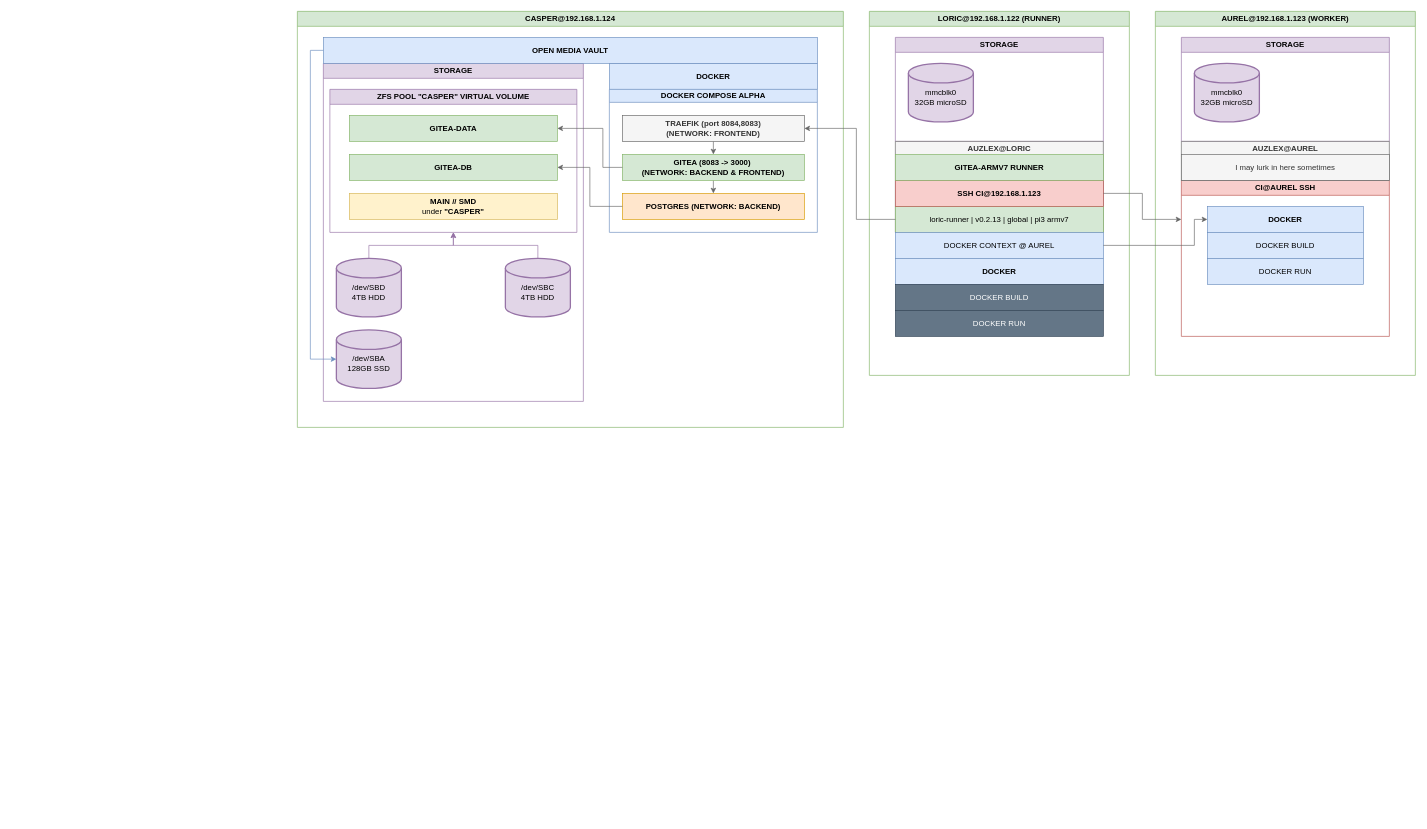
Above: my home lab setup.drawio in Auzlex/my-home-lab (draw.io), before the change. Source tidied: cells renumbered, new cells numbered last; positions are measured from the earlier drawing's top-left corner, leaving out a move shared by most shapes. Both pictures are drawn from the tidied source at 65%, with x=0, y=0 at pixel (297, 11).
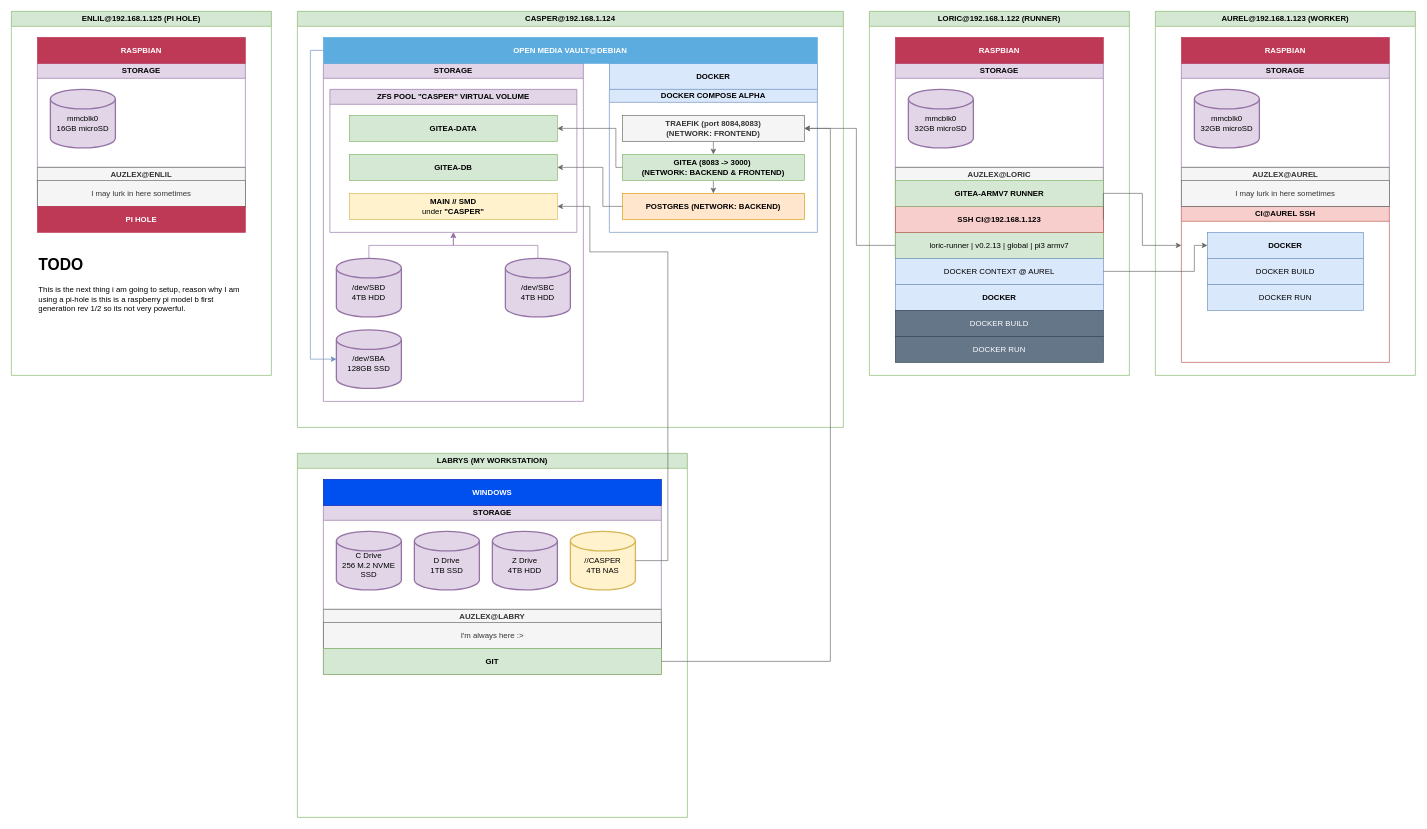
The same diagram, later.

Commit message (it also covers changes not shown here):
updated diagram to include my workstation and my new node ENLIL, updated docs to have a maintenance log and page for ENLIL

Unchanged cells that the change refers to:
```xml
<mxCell id="2" value="CASPER@192.168.1.124" style="swimlane;whiteSpace=wrap;html=1;fillColor=#d5e8d4;strokeColor=#82b366;" parent="1" vertex="1">
  <mxGeometry width="840" height="640" as="geometry" />
</mxCell>
<mxCell id="10" value="&lt;b&gt;MAIN // SMD&lt;/b&gt;&lt;br&gt;&lt;div&gt;under&amp;nbsp;&lt;b style=&quot;background-color: transparent; color: light-dark(rgb(0, 0, 0), rgb(255, 255, 255));&quot;&gt;&quot;CASPER&quot;&lt;/b&gt;&lt;/div&gt;" style="rounded=0;whiteSpace=wrap;html=1;fillColor=#fff2cc;strokeColor=#d6b656;" parent="9" vertex="1">
  <mxGeometry x="30" y="160" width="320" height="40" as="geometry" />
</mxCell>
<mxCell id="11" value="&lt;b&gt;GITEA-DATA&lt;/b&gt;" style="rounded=0;whiteSpace=wrap;html=1;fillColor=#d5e8d4;strokeColor=#82b366;" parent="9" vertex="1">
  <mxGeometry x="30" y="40" width="320" height="40" as="geometry" />
</mxCell>
<mxCell id="12" value="&lt;b&gt;GITEA-DB&lt;/b&gt;" style="rounded=0;whiteSpace=wrap;html=1;fillColor=#d5e8d4;strokeColor=#82b366;" parent="9" vertex="1">
  <mxGeometry x="30" y="100" width="320" height="40" as="geometry" />
</mxCell>
<mxCell id="16" value="&lt;b&gt;GITEA (8083 -&amp;gt; 3000)&amp;nbsp;&lt;/b&gt;&lt;div&gt;&lt;b&gt;(NETWORK: BACKEND &amp;amp; FRONTEND)&lt;/b&gt;&lt;/div&gt;" style="rounded=0;whiteSpace=wrap;html=1;fillColor=#d5e8d4;strokeColor=#82b366;" parent="14" vertex="1">
  <mxGeometry x="20" y="100" width="280" height="40" as="geometry" />
</mxCell>
<mxCell id="17" value="&lt;b&gt;POSTGRES (NETWORK: BACKEND)&lt;/b&gt;" style="rounded=0;whiteSpace=wrap;html=1;fillColor=#ffe6cc;strokeColor=#d79b00;" parent="14" vertex="1">
  <mxGeometry x="20" y="160" width="280" height="40" as="geometry" />
</mxCell>
<mxCell id="19" value="&lt;b&gt;TRAEFIK (port 8084,8083)&lt;/b&gt;&lt;div&gt;&lt;b&gt;(NETWORK: FRONTEND)&lt;/b&gt;&lt;/div&gt;" style="rounded=0;whiteSpace=wrap;html=1;fillColor=#f5f5f5;fontColor=#333333;strokeColor=#666666;" parent="14" vertex="1">
  <mxGeometry x="20" y="40" width="280" height="40" as="geometry" />
</mxCell>
<mxCell id="24" value="AUREL@&lt;span style=&quot;color: light-dark(rgb(0, 0, 0), rgb(255, 255, 255)); background-color: transparent;&quot;&gt;192.168.1.123 (WORKER)&lt;/span&gt;" style="swimlane;whiteSpace=wrap;html=1;fillColor=#d5e8d4;strokeColor=#82b366;" parent="1" vertex="1">
  <mxGeometry x="1320" width="400" height="560" as="geometry" />
</mxCell>
<mxCell id="28" value="&lt;b&gt;DOCKER&lt;/b&gt;" style="rounded=0;whiteSpace=wrap;html=1;fillColor=#dae8fc;strokeColor=#6c8ebf;" parent="27" vertex="1">
  <mxGeometry x="40" y="40" width="240" height="40" as="geometry" />
</mxCell>
<mxCell id="33" value="LORIC@&lt;span style=&quot;color: light-dark(rgb(0, 0, 0), rgb(255, 255, 255)); background-color: transparent;&quot;&gt;192.168.1.122 (RUNNER)&lt;/span&gt;" style="swimlane;whiteSpace=wrap;html=1;fillColor=#d5e8d4;strokeColor=#82b366;" parent="1" vertex="1">
  <mxGeometry x="880" width="400" height="560" as="geometry" />
</mxCell>
<mxCell id="37" value="loric-runner | v0.2.13 | global | pi3 armv7" style="rounded=0;whiteSpace=wrap;html=1;fillColor=#d5e8d4;strokeColor=#82b366;" parent="36" vertex="1">
  <mxGeometry y="100" width="320" height="40" as="geometry" />
</mxCell>
<mxCell id="38" value="&lt;b&gt;SSH CI@192.168.1.123&lt;/b&gt;" style="rounded=0;whiteSpace=wrap;html=1;fillColor=#f8cecc;strokeColor=#b85450;" parent="36" vertex="1">
  <mxGeometry y="60" width="320" height="40" as="geometry" />
</mxCell>
```

What changed in the source:
```diff
@@
     <mxCell id="20" style="edgeStyle=orthogonalEdgeStyle;rounded=0;jettySize=auto;html=1;exitX=0;exitY=0.5;exitDx=0;exitDy=0;entryX=1;entryY=0.5;entryDx=0;entryDy=0;fillColor=#f5f5f5;strokeColor=#666666;" parent="2" edge="1" source="17" target="12">
-      <mxGeometry relative="1" as="geometry" />
+      <mxGeometry relative="1" as="geometry">
+        <Array as="points">
+          <mxPoint x="470" y="300" />
+          <mxPoint x="470" y="240" />
+        </Array>
+      </mxGeometry>
     </mxCell>
     <mxCell id="21" style="edgeStyle=orthogonalEdgeStyle;rounded=0;jettySize=auto;html=1;exitX=0;exitY=0.5;exitDx=0;exitDy=0;entryX=1;entryY=0.5;entryDx=0;entryDy=0;fillColor=#f5f5f5;strokeColor=#666666;" parent="2" edge="1" source="16" target="11">
       <mxGeometry relative="1" as="geometry">
         <Array as="points">
-          <mxPoint x="470" y="240" />
-          <mxPoint x="470" y="180" />
+          <mxPoint x="490" y="240" />
+          <mxPoint x="490" y="180" />
         </Array>
       </mxGeometry>
     </mxCell>
-    <mxCell id="22" value="&lt;b&gt;OPEN MEDIA VAULT&lt;/b&gt;" style="rounded=0;whiteSpace=wrap;html=1;fillColor=#dae8fc;strokeColor=#6c8ebf;" parent="2" vertex="1">
+    <mxCell id="22" value="&lt;b&gt;OPEN MEDIA VAULT@DEBIAN&lt;/b&gt;" style="rounded=0;whiteSpace=wrap;html=1;fillColor=light-dark(#5dacdf, #4359a1);strokeColor=light-dark(#5dacdf, #375e91);fontColor=#FFFFFF;" parent="2" vertex="1">
       <mxGeometry x="40" y="40" width="760" height="40" as="geometry" />
     </mxCell>
@@
     <mxCell id="25" value="STORAGE" style="swimlane;whiteSpace=wrap;html=1;fillColor=#e1d5e7;strokeColor=#9673a6;" parent="24" vertex="1">
-      <mxGeometry x="40" y="40" width="320" height="160" as="geometry" />
+      <mxGeometry x="40" y="80" width="320" height="160" as="geometry" />
     </mxCell>
@@
     <mxCell id="27" value="CI@AUREL SSH" style="swimlane;whiteSpace=wrap;html=1;fillColor=#f8cecc;strokeColor=#b85450;" parent="24" vertex="1">
-      <mxGeometry x="40" y="260" width="320" height="240" as="geometry" />
+      <mxGeometry x="40" y="300" width="320" height="240" as="geometry" />
     </mxCell>
@@
     <mxCell id="31" value="AUZLEX@AUREL" style="swimlane;whiteSpace=wrap;html=1;fillColor=#f5f5f5;strokeColor=#666666;fontColor=#333333;" parent="24" vertex="1">
-      <mxGeometry x="40" y="200" width="320" height="60" as="geometry" />
+      <mxGeometry x="40" y="240" width="320" height="60" as="geometry" />
     </mxCell>
@@
+    <mxCell id="47" value="&lt;b&gt;RASPBIAN&lt;/b&gt;" style="rounded=0;whiteSpace=wrap;html=1;fillColor=light-dark(#be3956, #954641);strokeColor=light-dark(#be3956, #b3746d);fontColor=light-dark(#FFFFFF,#DBABAB);" parent="24" vertex="1">
+      <mxGeometry x="40" y="40" width="320" height="40" as="geometry" />
+    </mxCell>
@@
     <mxCell id="34" value="STORAGE" style="swimlane;whiteSpace=wrap;html=1;fillColor=#e1d5e7;strokeColor=#9673a6;" parent="33" vertex="1">
-      <mxGeometry x="40" y="40" width="320" height="160" as="geometry" />
+      <mxGeometry x="40" y="80" width="320" height="160" as="geometry" />
     </mxCell>
@@
     <mxCell id="36" value="AUZLEX@LORIC" style="swimlane;whiteSpace=wrap;html=1;fillColor=#f5f5f5;strokeColor=#666666;fontColor=#333333;" parent="33" vertex="1">
-      <mxGeometry x="40" y="200" width="320" height="140" as="geometry" />
+      <mxGeometry x="40" y="240" width="320" height="140" as="geometry" />
     </mxCell>
@@
     <mxCell id="40" value="&lt;span style=&quot;font-weight: normal;&quot;&gt;DOCKER CONTEXT @ AUREL&lt;/span&gt;" style="rounded=0;whiteSpace=wrap;html=1;fillColor=#dae8fc;strokeColor=#6c8ebf;fontStyle=1;" parent="33" vertex="1">
-      <mxGeometry x="40" y="340" width="320" height="40" as="geometry" />
+      <mxGeometry x="40" y="380" width="320" height="40" as="geometry" />
     </mxCell>
     <mxCell id="41" value="&lt;b&gt;DOCKER&lt;/b&gt;" style="rounded=0;whiteSpace=wrap;html=1;fillColor=#dae8fc;strokeColor=#6c8ebf;" parent="33" vertex="1">
-      <mxGeometry x="40" y="380" width="320" height="40" as="geometry" />
+      <mxGeometry x="40" y="420" width="320" height="40" as="geometry" />
     </mxCell>
     <mxCell id="42" value="DOCKER BUILD" style="rounded=0;whiteSpace=wrap;html=1;fillColor=#647687;strokeColor=#314354;fontColor=#ffffff;" parent="33" vertex="1">
-      <mxGeometry x="40" y="420" width="320" height="40" as="geometry" />
+      <mxGeometry x="40" y="460" width="320" height="40" as="geometry" />
     </mxCell>
     <mxCell id="43" value="DOCKER RUN" style="rounded=0;whiteSpace=wrap;html=1;fillColor=#647687;strokeColor=#314354;fontColor=#ffffff;" parent="33" vertex="1">
-      <mxGeometry x="40" y="460" width="320" height="40" as="geometry" />
+      <mxGeometry x="40" y="500" width="320" height="40" as="geometry" />
     </mxCell>
+    <mxCell id="48" value="&lt;b&gt;RASPBIAN&lt;/b&gt;" style="rounded=0;whiteSpace=wrap;html=1;fillColor=light-dark(#be3956, #954641);strokeColor=light-dark(#be3956, #b3746d);fontColor=light-dark(#FFFFFF,#DBABAB);" parent="33" vertex="1">
+      <mxGeometry x="40" y="40" width="320" height="40" as="geometry" />
+    </mxCell>
     <mxCell id="44" style="edgeStyle=orthogonalEdgeStyle;rounded=0;jettySize=auto;html=1;exitX=0;exitY=0.5;exitDx=0;exitDy=0;entryX=1;entryY=0.5;entryDx=0;entryDy=0;fillColor=#f5f5f5;strokeColor=#666666;" parent="1" edge="1" source="37" target="19">
       <mxGeometry relative="1" as="geometry">
         <Array as="points">
-          <mxPoint x="860" y="320" />
+          <mxPoint x="860" y="360" />
           <mxPoint x="860" y="180" />
         </Array>
       </mxGeometry>
     </mxCell>
     <mxCell id="45" style="edgeStyle=orthogonalEdgeStyle;rounded=0;jettySize=auto;html=1;entryX=0;entryY=0.25;entryDx=0;entryDy=0;exitX=1;exitY=0.5;exitDx=0;exitDy=0;fillColor=#f5f5f5;strokeColor=#666666;" parent="1" edge="1" source="38" target="27">
       <mxGeometry relative="1" as="geometry">
         <Array as="points">
+          <mxPoint x="1240" y="280" />
           <mxPoint x="1300" y="280" />
-          <mxPoint x="1300" y="320" />
+          <mxPoint x="1300" y="360" />
         </Array>
       </mxGeometry>
     </mxCell>
     <mxCell id="46" style="edgeStyle=orthogonalEdgeStyle;rounded=0;jettySize=auto;html=1;exitX=1;exitY=0.5;exitDx=0;exitDy=0;entryX=0;entryY=0.5;entryDx=0;entryDy=0;fillColor=#f5f5f5;strokeColor=#666666;" parent="1" edge="1" source="40" target="28">
       <mxGeometry relative="1" as="geometry">
         <Array as="points">
+          <mxPoint x="1380" y="400" />
           <mxPoint x="1380" y="360" />
-          <mxPoint x="1380" y="320" />
         </Array>
       </mxGeometry>
     </mxCell>
+    <mxCell id="49" value="ENLIL@&lt;span style=&quot;color: light-dark(rgb(0, 0, 0), rgb(255, 255, 255)); background-color: transparent;&quot;&gt;192.168.1.125 (PI HOLE)&lt;/span&gt;" style="swimlane;whiteSpace=wrap;html=1;fillColor=#d5e8d4;strokeColor=#82b366;" parent="1" vertex="1">
+      <mxGeometry x="-440" width="400" height="560" as="geometry" />
+    </mxCell>
+    <mxCell id="50" value="STORAGE" style="swimlane;whiteSpace=wrap;html=1;fillColor=#e1d5e7;strokeColor=#9673a6;" parent="49" vertex="1">
+      <mxGeometry x="40" y="80" width="320" height="160" as="geometry" />
+    </mxCell>
+    <mxCell id="51" value="&lt;div&gt;&lt;br&gt;&lt;/div&gt;mmcblk0&lt;br&gt;&lt;div&gt;16GB microSD&lt;/div&gt;" style="strokeWidth=2;html=1;shape=mxgraph.flowchart.database;whiteSpace=wrap;fillColor=#e1d5e7;strokeColor=#9673a6;" parent="50" vertex="1">
+      <mxGeometry x="20" y="40" width="100" height="90" as="geometry" />
+    </mxCell>
+    <mxCell id="52" value="AUZLEX@ENLIL" style="swimlane;whiteSpace=wrap;html=1;fillColor=#f5f5f5;strokeColor=#666666;fontColor=#333333;" parent="49" vertex="1">
+      <mxGeometry x="40" y="240" width="320" height="60" as="geometry" />
+    </mxCell>
+    <mxCell id="53" value="I may lurk in here sometimes" style="rounded=0;whiteSpace=wrap;html=1;fillColor=#f5f5f5;strokeColor=#666666;fontColor=#333333;" parent="52" vertex="1">
+      <mxGeometry y="20" width="320" height="40" as="geometry" />
+    </mxCell>
+    <mxCell id="54" value="&lt;b&gt;RASPBIAN&lt;/b&gt;" style="rounded=0;whiteSpace=wrap;html=1;fillColor=light-dark(#be3956, #954641);strokeColor=light-dark(#be3956, #b3746d);fontColor=light-dark(#FFFFFF,#DBABAB);" parent="49" vertex="1">
+      <mxGeometry x="40" y="40" width="320" height="40" as="geometry" />
+    </mxCell>
+    <mxCell id="55" value="&lt;b&gt;PI HOLE&lt;/b&gt;" style="rounded=0;whiteSpace=wrap;html=1;fillColor=light-dark(#be3956, #954641);strokeColor=light-dark(#be3956, #b3746d);fontColor=light-dark(#FFFFFF,#DBABAB);" parent="49" vertex="1">
+      <mxGeometry x="40" y="300" width="320" height="40" as="geometry" />
+    </mxCell>
+    <mxCell id="56" value="&lt;h1 style=&quot;margin-top: 0px;&quot;&gt;TODO&lt;/h1&gt;&lt;p&gt;This is the next thing i am going to setup, reason why I am using a pi-hole is this is a raspberry pi model b first generation rev 1/2 so its not very powerful.&lt;/p&gt;" style="text;html=1;whiteSpace=wrap;overflow=hidden;rounded=0;" parent="49" vertex="1">
+      <mxGeometry x="40" y="370" width="320" height="110" as="geometry" />
+    </mxCell>
+    <mxCell id="57" value="LABRYS&lt;span style=&quot;color: light-dark(rgb(0, 0, 0), rgb(255, 255, 255)); background-color: transparent;&quot;&gt;&amp;nbsp;(MY WORKSTATION)&lt;/span&gt;" style="swimlane;whiteSpace=wrap;html=1;fillColor=#d5e8d4;strokeColor=#82b366;" parent="1" vertex="1">
+      <mxGeometry y="680" width="600" height="560" as="geometry" />
+    </mxCell>
+    <mxCell id="58" value="STORAGE" style="swimlane;whiteSpace=wrap;html=1;fillColor=#e1d5e7;strokeColor=#9673a6;" parent="57" vertex="1">
+      <mxGeometry x="40" y="80" width="520" height="160" as="geometry" />
+    </mxCell>
+    <mxCell id="59" value="&lt;div&gt;&lt;br&gt;&lt;/div&gt;C Drive&lt;div&gt;256 M.2 NVME SSD&lt;/div&gt;" style="strokeWidth=2;html=1;shape=mxgraph.flowchart.database;whiteSpace=wrap;fillColor=#e1d5e7;strokeColor=#9673a6;" parent="58" vertex="1">
+      <mxGeometry x="20" y="40" width="100" height="90" as="geometry" />
+    </mxCell>
+    <mxCell id="60" value="&lt;div&gt;&lt;br&gt;&lt;/div&gt;D Drive&lt;div&gt;1TB SSD&lt;/div&gt;" style="strokeWidth=2;html=1;shape=mxgraph.flowchart.database;whiteSpace=wrap;fillColor=#e1d5e7;strokeColor=#9673a6;" parent="58" vertex="1">
+      <mxGeometry x="140" y="40" width="100" height="90" as="geometry" />
+    </mxCell>
+    <mxCell id="61" value="&lt;div&gt;&lt;br&gt;&lt;/div&gt;&lt;div&gt;Z Drive&lt;/div&gt;&lt;div&gt;4TB HDD&lt;/div&gt;" style="strokeWidth=2;html=1;shape=mxgraph.flowchart.database;whiteSpace=wrap;fillColor=#e1d5e7;strokeColor=#9673a6;" parent="58" vertex="1">
+      <mxGeometry x="260" y="40" width="100" height="90" as="geometry" />
+    </mxCell>
+    <mxCell id="62" value="&lt;div&gt;&lt;br&gt;&lt;/div&gt;&lt;div&gt;//CASPER&lt;/div&gt;&lt;div&gt;4TB NAS&lt;/div&gt;" style="strokeWidth=2;html=1;shape=mxgraph.flowchart.database;whiteSpace=wrap;fillColor=#fff2cc;strokeColor=#d6b656;" parent="58" vertex="1">
+      <mxGeometry x="380" y="40" width="100" height="90" as="geometry" />
+    </mxCell>
+    <mxCell id="63" value="AUZLEX@LABRY" style="swimlane;whiteSpace=wrap;html=1;fillColor=#f5f5f5;strokeColor=#666666;fontColor=#333333;" parent="57" vertex="1">
+      <mxGeometry x="40" y="240" width="520" height="100" as="geometry" />
+    </mxCell>
+    <mxCell id="64" value="I'm always here :&amp;gt;" style="rounded=0;whiteSpace=wrap;html=1;fillColor=#f5f5f5;strokeColor=#666666;fontColor=#333333;" parent="63" vertex="1">
+      <mxGeometry y="20" width="520" height="40" as="geometry" />
+    </mxCell>
+    <mxCell id="65" value="&lt;b&gt;GIT&lt;/b&gt;" style="rounded=0;whiteSpace=wrap;html=1;fillColor=#d5e8d4;strokeColor=#82b366;" parent="63" vertex="1">
+      <mxGeometry y="60" width="520" height="40" as="geometry" />
+    </mxCell>
+    <mxCell id="66" value="&lt;b&gt;WINDOWS&lt;/b&gt;" style="rounded=0;whiteSpace=wrap;html=1;fillColor=#0050ef;strokeColor=#001DBC;fontColor=#ffffff;" parent="57" vertex="1">
+      <mxGeometry x="40" y="40" width="520" height="40" as="geometry" />
+    </mxCell>
+    <mxCell id="67" style="edgeStyle=orthogonalEdgeStyle;rounded=0;jettySize=auto;html=1;exitX=1;exitY=0.5;exitDx=0;exitDy=0;exitPerimeter=0;entryX=1;entryY=0.5;entryDx=0;entryDy=0;fillColor=#f5f5f5;strokeColor=#666666;" parent="1" edge="1" source="62" target="10">
+      <mxGeometry relative="1" as="geometry">
+        <Array as="points">
+          <mxPoint x="570" y="845" />
+          <mxPoint x="570" y="370" />
+          <mxPoint x="450" y="370" />
+          <mxPoint x="450" y="300" />
+        </Array>
+      </mxGeometry>
+    </mxCell>
+    <mxCell id="68" style="edgeStyle=orthogonalEdgeStyle;rounded=0;jettySize=auto;html=1;exitX=1;exitY=0.5;exitDx=0;exitDy=0;entryX=1;entryY=0.5;entryDx=0;entryDy=0;fillColor=#f5f5f5;strokeColor=#666666;" parent="1" edge="1" source="65" target="19">
+      <mxGeometry relative="1" as="geometry">
+        <Array as="points">
+          <mxPoint x="820" y="1000" />
+          <mxPoint x="820" y="180" />
+        </Array>
+      </mxGeometry>
+    </mxCell>
```
